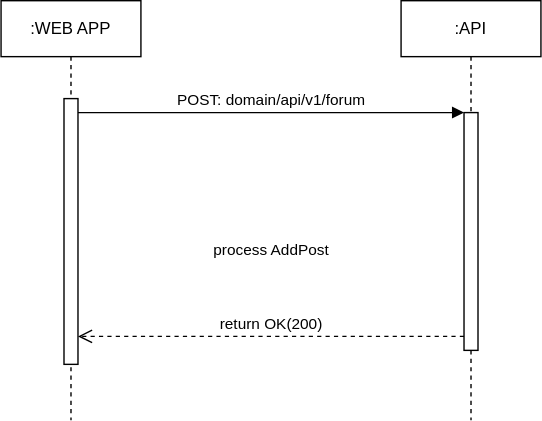
Above: image/systemdiagram_sequenzdiagram/AddPost.svg in StudyConnect-ZHAW/StudyConnect (draw.io), before the change. Source tidied: cells renumbered, new cells last; positions are measured from the earlier drawing's top-left corner, leaving out a move shared by most shapes.
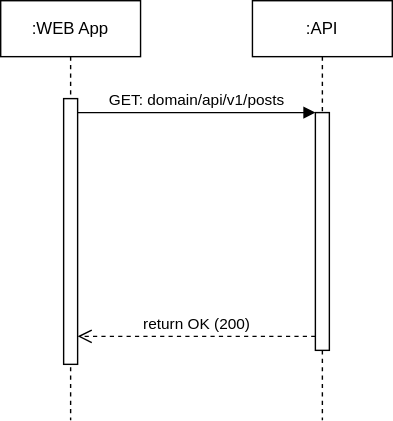
The same diagram one commit later.

The edit, as a diff of the source:
```diff
@@ -2,10 +2,10 @@
   <root>
     <mxCell id="0" />
     <mxCell id="1" parent="0" />
-    <mxCell id="2" value=":WEB APP" style="shape=umlLifeline;perimeter=lifelinePerimeter;whiteSpace=wrap;html=1;newEdgeStyle={&quot;edgeStyle&quot;:&quot;elbowEdgeStyle&quot;,&quot;elbow&quot;:&quot;vertical&quot;,&quot;curved&quot;:0,&quot;rounded&quot;:0};" parent="1" vertex="1">
-      <mxGeometry width="100" height="300" as="geometry" />
-    </mxCell>
+    <mxCell id="8" value=":WEB App" style="shape=umlLifeline;perimeter=lifelinePerimeter;whiteSpace=wrap;html=1;newEdgeStyle={&quot;edgeStyle&quot;:&quot;elbowEdgeStyle&quot;,&quot;elbow&quot;:&quot;vertical&quot;,&quot;curved&quot;:0,&quot;rounded&quot;:0};" parent="1" vertex="1">
+      <mxGeometry x="106" width="100" height="300" as="geometry" />
+    </mxCell>
-    <mxCell id="3" style="html=1;points=[];perimeter=orthogonalPerimeter;outlineConnect=0;targetShapes=umlLifeline;portConstraint=eastwest;newEdgeStyle={&quot;edgeStyle&quot;:&quot;elbowEdgeStyle&quot;,&quot;elbow&quot;:&quot;vertical&quot;,&quot;curved&quot;:0,&quot;rounded&quot;:0};" parent="2" vertex="1">
+    <mxCell id="3" style="html=1;points=[];perimeter=orthogonalPerimeter;outlineConnect=0;targetShapes=umlLifeline;portConstraint=eastwest;newEdgeStyle={&quot;edgeStyle&quot;:&quot;elbowEdgeStyle&quot;,&quot;elbow&quot;:&quot;vertical&quot;,&quot;curved&quot;:0,&quot;rounded&quot;:0};" parent="8" vertex="1">
       <mxGeometry x="45" y="70" width="10" height="190" as="geometry" />
     </mxCell>
     <mxCell id="4" value=":API" style="shape=umlLifeline;perimeter=lifelinePerimeter;whiteSpace=wrap;html=1;newEdgeStyle={&quot;edgeStyle&quot;:&quot;elbowEdgeStyle&quot;,&quot;elbow&quot;:&quot;vertical&quot;,&quot;curved&quot;:0,&quot;rounded&quot;:0};" parent="1" vertex="1">
@@ -14,17 +14,17 @@
     <mxCell id="5" style="html=1;points=[];perimeter=orthogonalPerimeter;outlineConnect=0;targetShapes=umlLifeline;portConstraint=eastwest;newEdgeStyle={&quot;edgeStyle&quot;:&quot;elbowEdgeStyle&quot;,&quot;elbow&quot;:&quot;vertical&quot;,&quot;curved&quot;:0,&quot;rounded&quot;:0};" parent="4" vertex="1">
       <mxGeometry x="45" y="80" width="10" height="170" as="geometry" />
     </mxCell>
-    <mxCell id="6" value="POST: domain/api/v1/forum" style="html=1;verticalAlign=bottom;endArrow=block;edgeStyle=elbowEdgeStyle;elbow=horizontal;curved=0;rounded=0;" parent="1" edge="1" source="3" target="5">
+    <mxCell id="6" value="GET: domain/api/v1/posts" style="html=1;verticalAlign=bottom;endArrow=block;edgeStyle=elbowEdgeStyle;elbow=vertical;curved=0;rounded=0;" parent="1" edge="1" source="3" target="5">
       <mxGeometry relative="1" as="geometry">
         <Array as="points">
-          <mxPoint x="141" y="80" />
+          <mxPoint x="246" y="80" />
         </Array>
       </mxGeometry>
     </mxCell>
-    <mxCell id="7" value="&lt;div&gt;process AddPost&lt;/div&gt;&lt;div&gt;&lt;br&gt;&lt;/div&gt;&lt;div&gt;&lt;br&gt;&lt;/div&gt;&lt;div&gt;&lt;br&gt;&lt;/div&gt;return OK(200)" style="html=1;verticalAlign=bottom;endArrow=open;dashed=1;endSize=8;edgeStyle=elbowEdgeStyle;elbow=vertical;curved=0;rounded=0;" parent="1" edge="1" source="5" target="3">
+    <mxCell id="7" value="return OK (200)" style="html=1;verticalAlign=bottom;endArrow=open;dashed=1;endSize=8;edgeStyle=elbowEdgeStyle;elbow=vertical;curved=0;rounded=0;" parent="1" edge="1" source="5" target="3">
       <mxGeometry relative="1" as="geometry">
         <Array as="points">
-          <mxPoint x="151" y="240" />
+          <mxPoint x="256" y="240" />
         </Array>
       </mxGeometry>
     </mxCell>
```
